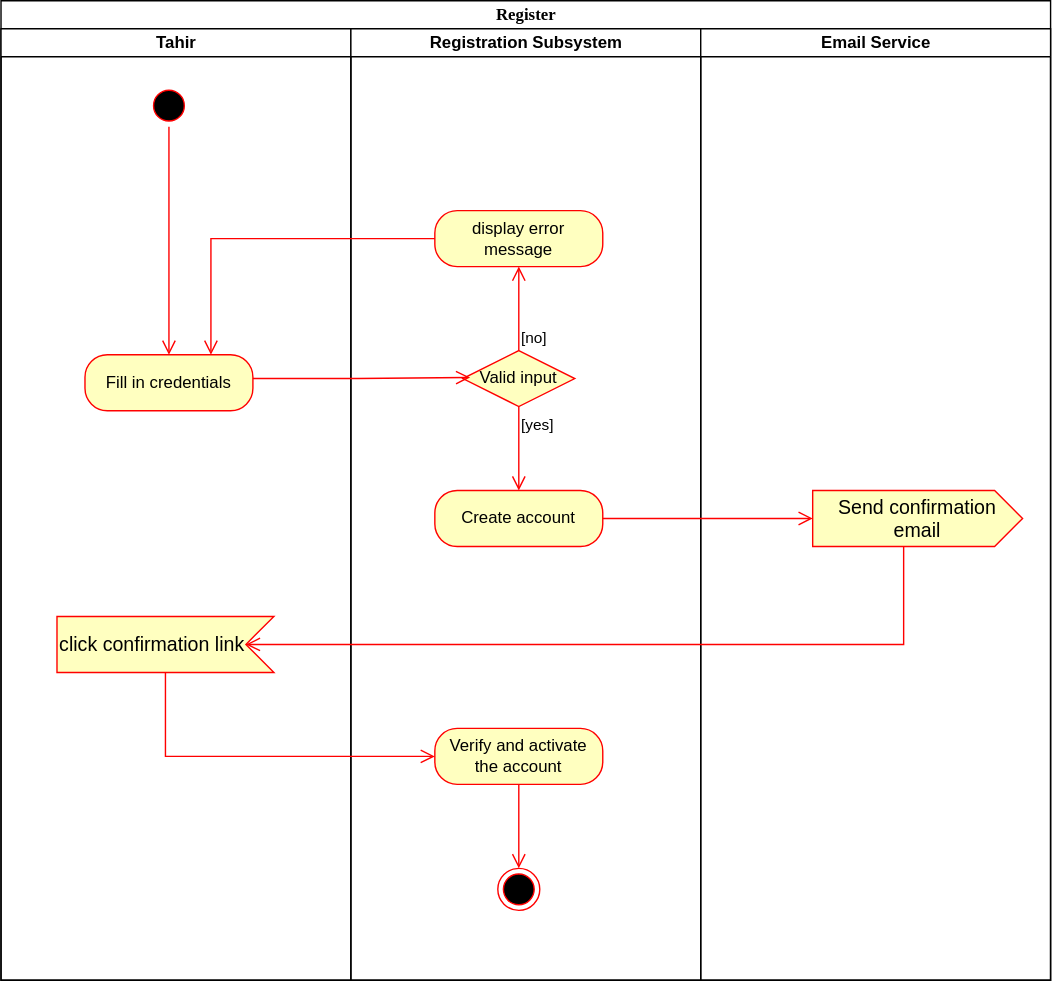
Above: Register Activity Diagram.svg in Simamkele88/IFM3_GP (draw.io), before the change. Source tidied: cells renumbered, new cells last; positions are measured from the earlier drawing's top-left corner, leaving out a move shared by most shapes.
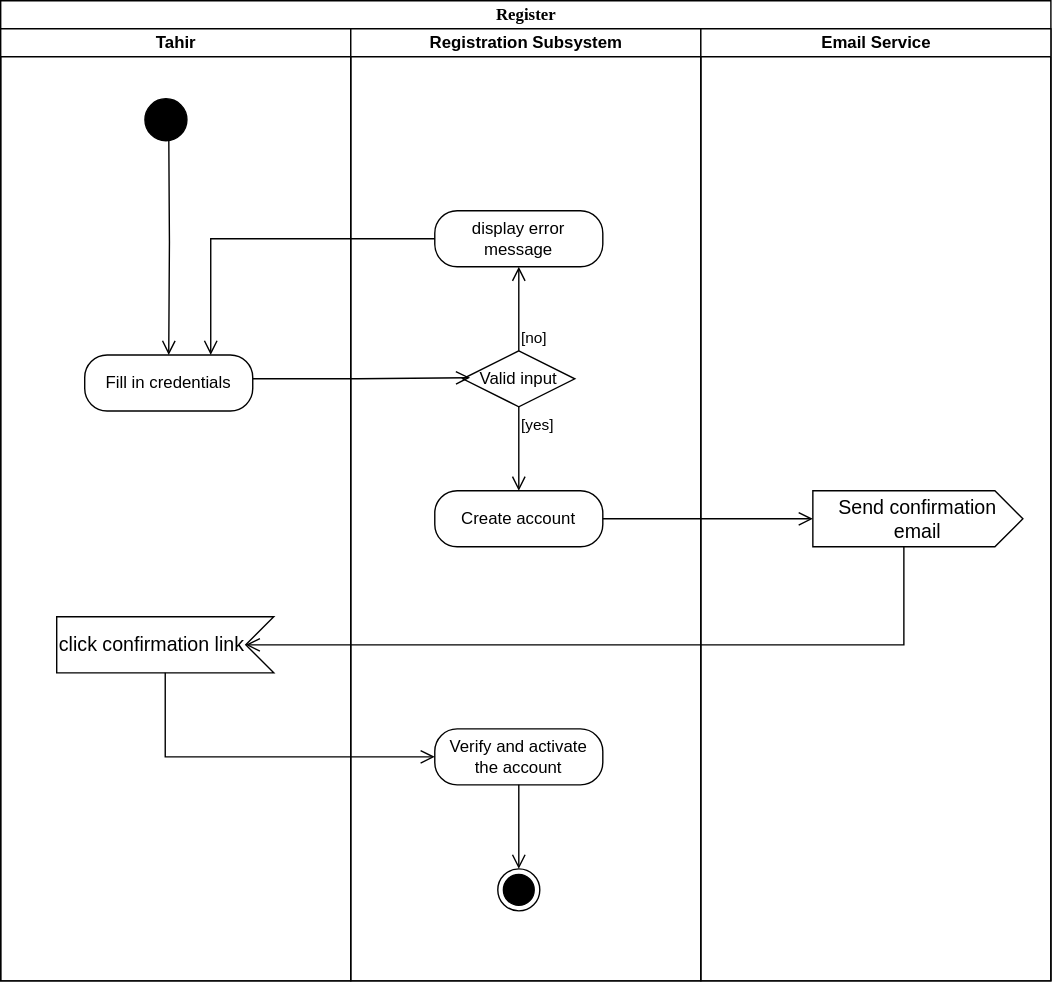
Later version of the same file.

What changed in the source:
```diff
@@ -5,71 +5,75 @@
     <mxCell id="2" value="Register" style="swimlane;html=1;startSize=20;rounded=0;shadow=0;comic=0;labelBackgroundColor=none;strokeWidth=1;fontFamily=Verdana;fontSize=12;align=center;" parent="1" vertex="1">
       <mxGeometry width="750" height="700" as="geometry" />
     </mxCell>
-    <mxCell id="3" value="Tahir" style="swimlane;html=1;startSize=20;" parent="2" vertex="1">
+    <mxCell id="3" value="Tahir" style="swimlane;html=1;startSize=20;labelBackgroundColor=none;" parent="2" vertex="1">
       <mxGeometry y="20" width="250" height="680" as="geometry" />
     </mxCell>
-    <mxCell id="4" style="ellipse;html=1;shape=startState;fillColor=#000000;strokeColor=#ff0000;" parent="3" vertex="1">
-      <mxGeometry x="105" y="40" width="30" height="30" as="geometry" />
-    </mxCell>
-    <mxCell id="5" style="edgeStyle=orthogonalEdgeStyle;html=1;verticalAlign=bottom;endArrow=open;endSize=8;strokeColor=#ff0000;rounded=0;exitX=0.5;exitY=1;exitDx=0;exitDy=0;entryX=0.5;entryY=0;entryDx=0;entryDy=0;" parent="3" edge="1" source="4" target="6">
-      <mxGeometry relative="1" as="geometry" />
+    <mxCell id="5" style="edgeStyle=orthogonalEdgeStyle;html=1;verticalAlign=bottom;endArrow=open;endSize=8;rounded=0;exitX=0.5;exitY=1;exitDx=0;exitDy=0;entryX=0.5;entryY=0;entryDx=0;entryDy=0;labelBackgroundColor=none;fontColor=default;" parent="3" edge="1" target="6">
+      <mxGeometry relative="1" as="geometry">
+        <mxPoint x="120" y="70" as="sourcePoint" />
+      </mxGeometry>
     </mxCell>
-    <mxCell id="6" value="Fill in credentials" style="rounded=1;whiteSpace=wrap;html=1;arcSize=40;fontColor=#000000;fillColor=#ffffc0;strokeColor=#ff0000;" parent="3" vertex="1">
+    <mxCell id="6" value="Fill in credentials" style="rounded=1;whiteSpace=wrap;html=1;arcSize=40;labelBackgroundColor=none;" parent="3" vertex="1">
       <mxGeometry x="60" y="233" width="120" height="40" as="geometry" />
     </mxCell>
-    <mxCell id="7" value="click confirmation link" style="html=1;shape=mxgraph.infographic.ribbonSimple;notch1=20;notch2=0;align=left;verticalAlign=middle;fontSize=14;fontStyle=0;flipH=1;fillColor=#FFFFC0;whiteSpace=wrap;strokeColor=#FF0000;" parent="3" vertex="1">
+    <mxCell id="7" value="click confirmation link" style="html=1;shape=mxgraph.infographic.ribbonSimple;notch1=20;notch2=0;align=left;verticalAlign=middle;fontSize=14;fontStyle=0;flipH=1;whiteSpace=wrap;labelBackgroundColor=none;" parent="3" vertex="1">
       <mxGeometry x="40" y="420" width="155" height="40" as="geometry" />
     </mxCell>
+    <mxCell id="24" style="ellipse;fillColor=strokeColor;html=1;" parent="3" vertex="1">
+      <mxGeometry x="103" y="50" width="30" height="30" as="geometry" />
+    </mxCell>
-    <mxCell id="8" value="Registration Subsystem" style="swimlane;html=1;startSize=20;" parent="2" vertex="1">
+    <mxCell id="8" value="Registration Subsystem" style="swimlane;html=1;startSize=20;labelBackgroundColor=none;" parent="2" vertex="1">
       <mxGeometry x="250" y="20" width="250" height="680" as="geometry" />
     </mxCell>
-    <mxCell id="9" value="Valid input" style="rhombus;whiteSpace=wrap;html=1;fontColor=#000000;fillColor=#ffffc0;strokeColor=#ff0000;" parent="8" vertex="1">
+    <mxCell id="9" value="Valid input" style="rhombus;whiteSpace=wrap;html=1;labelBackgroundColor=none;" parent="8" vertex="1">
       <mxGeometry x="80" y="230" width="80" height="40" as="geometry" />
     </mxCell>
-    <mxCell id="10" value="[no]" style="edgeStyle=orthogonalEdgeStyle;html=1;align=left;verticalAlign=bottom;endArrow=open;endSize=8;strokeColor=#ff0000;rounded=0;exitX=0.5;exitY=0;exitDx=0;exitDy=0;" parent="8" edge="1" source="9" target="13">
+    <mxCell id="10" value="[no]" style="edgeStyle=orthogonalEdgeStyle;html=1;align=left;verticalAlign=bottom;endArrow=open;endSize=8;rounded=0;exitX=0.5;exitY=0;exitDx=0;exitDy=0;labelBackgroundColor=none;fontColor=default;" parent="8" edge="1" source="9" target="13">
       <mxGeometry x="-1" relative="1" as="geometry" />
     </mxCell>
-    <mxCell id="11" value="[yes]" style="edgeStyle=orthogonalEdgeStyle;html=1;align=left;verticalAlign=top;endArrow=open;endSize=8;strokeColor=#ff0000;rounded=0;exitX=0.5;exitY=1;exitDx=0;exitDy=0;entryX=0.5;entryY=0;entryDx=0;entryDy=0;" parent="8" edge="1" source="9" target="12">
+    <mxCell id="11" value="[yes]" style="edgeStyle=orthogonalEdgeStyle;html=1;align=left;verticalAlign=top;endArrow=open;endSize=8;rounded=0;exitX=0.5;exitY=1;exitDx=0;exitDy=0;entryX=0.5;entryY=0;entryDx=0;entryDy=0;labelBackgroundColor=none;fontColor=default;" parent="8" edge="1" source="9" target="12">
       <mxGeometry x="-1" relative="1" as="geometry" />
     </mxCell>
-    <mxCell id="12" value="Create account" style="rounded=1;whiteSpace=wrap;html=1;arcSize=40;fontColor=#000000;fillColor=#ffffc0;strokeColor=#ff0000;" parent="8" vertex="1">
+    <mxCell id="12" value="Create account" style="rounded=1;whiteSpace=wrap;html=1;arcSize=40;labelBackgroundColor=none;" parent="8" vertex="1">
       <mxGeometry x="60" y="330" width="120" height="40" as="geometry" />
     </mxCell>
-    <mxCell id="13" value="display error message" style="rounded=1;whiteSpace=wrap;html=1;arcSize=40;fontColor=#000000;fillColor=#ffffc0;strokeColor=#ff0000;" parent="8" vertex="1">
+    <mxCell id="13" value="display error message" style="rounded=1;whiteSpace=wrap;html=1;arcSize=40;labelBackgroundColor=none;" parent="8" vertex="1">
       <mxGeometry x="60" y="130" width="120" height="40" as="geometry" />
     </mxCell>
-    <mxCell id="14" value="Verify and activate the account" style="rounded=1;whiteSpace=wrap;html=1;arcSize=40;fontColor=#000000;fillColor=#ffffc0;strokeColor=#ff0000;" parent="8" vertex="1">
+    <mxCell id="14" value="Verify and activate the account" style="rounded=1;whiteSpace=wrap;html=1;arcSize=40;labelBackgroundColor=none;" parent="8" vertex="1">
       <mxGeometry x="60" y="500" width="120" height="40" as="geometry" />
     </mxCell>
-    <mxCell id="15" style="edgeStyle=orthogonalEdgeStyle;html=1;verticalAlign=bottom;endArrow=open;endSize=8;strokeColor=#ff0000;rounded=0;" parent="8" edge="1" source="14" target="16">
-      <mxGeometry relative="1" as="geometry" />
+    <mxCell id="15" style="edgeStyle=orthogonalEdgeStyle;html=1;verticalAlign=bottom;endArrow=open;endSize=8;rounded=0;labelBackgroundColor=none;fontColor=default;" parent="8" edge="1" source="14">
+      <mxGeometry relative="1" as="geometry">
+        <mxPoint x="120" y="600" as="targetPoint" />
+      </mxGeometry>
     </mxCell>
-    <mxCell id="16" style="ellipse;html=1;shape=endState;fillColor=#000000;strokeColor=#ff0000;" parent="8" vertex="1">
-      <mxGeometry x="105" y="600" width="30" height="30" as="geometry" />
-    </mxCell>
+    <mxCell id="25" style="ellipse;html=1;shape=endState;fillColor=strokeColor;" parent="8" vertex="1">
+      <mxGeometry x="105" y="600" width="30" height="30" as="geometry" />
+    </mxCell>
-    <mxCell id="17" value="Email Service" style="swimlane;html=1;startSize=20;" parent="2" vertex="1">
+    <mxCell id="17" value="Email Service" style="swimlane;html=1;startSize=20;labelBackgroundColor=none;" parent="2" vertex="1">
       <mxGeometry x="500" y="20" width="250" height="680" as="geometry" />
     </mxCell>
-    <mxCell id="18" value="Send confirmation email" style="html=1;shape=mxgraph.infographic.ribbonSimple;notch1=0;notch2=20;align=center;verticalAlign=middle;fontSize=14;fontStyle=0;fillColor=#FFFFC0;whiteSpace=wrap;strokeColor=light-dark(#FF0000,#EDEDED);" parent="17" vertex="1">
+    <mxCell id="18" value="Send confirmation email" style="html=1;shape=mxgraph.infographic.ribbonSimple;notch1=0;notch2=20;align=center;verticalAlign=middle;fontSize=14;fontStyle=0;whiteSpace=wrap;labelBackgroundColor=none;" parent="17" vertex="1">
       <mxGeometry x="80" y="330" width="150" height="40" as="geometry" />
     </mxCell>
-    <mxCell id="19" style="edgeStyle=orthogonalEdgeStyle;html=1;verticalAlign=bottom;endArrow=open;endSize=8;strokeColor=#ff0000;rounded=0;entryX=0.065;entryY=0.481;entryDx=0;entryDy=0;entryPerimeter=0;exitX=1;exitY=0.425;exitDx=0;exitDy=0;exitPerimeter=0;" parent="2" edge="1" source="6" target="9">
+    <mxCell id="19" style="edgeStyle=orthogonalEdgeStyle;html=1;verticalAlign=bottom;endArrow=open;endSize=8;rounded=0;entryX=0.065;entryY=0.481;entryDx=0;entryDy=0;entryPerimeter=0;exitX=1;exitY=0.425;exitDx=0;exitDy=0;exitPerimeter=0;labelBackgroundColor=none;fontColor=default;" parent="2" edge="1" source="6" target="9">
       <mxGeometry relative="1" as="geometry" />
     </mxCell>
-    <mxCell id="20" style="edgeStyle=orthogonalEdgeStyle;html=1;verticalAlign=bottom;endArrow=open;endSize=8;strokeColor=#ff0000;rounded=0;exitX=1;exitY=0.5;exitDx=0;exitDy=0;" parent="2" edge="1" source="12" target="18">
+    <mxCell id="20" style="edgeStyle=orthogonalEdgeStyle;html=1;verticalAlign=bottom;endArrow=open;endSize=8;rounded=0;exitX=1;exitY=0.5;exitDx=0;exitDy=0;labelBackgroundColor=none;fontColor=default;" parent="2" edge="1" source="12" target="18">
       <mxGeometry relative="1" as="geometry" />
     </mxCell>
-    <mxCell id="21" style="edgeStyle=orthogonalEdgeStyle;html=1;verticalAlign=bottom;endArrow=open;endSize=8;strokeColor=#ff0000;rounded=0;entryX=0;entryY=0;entryDx=20;entryDy=20;exitX=0;exitY=0;exitDx=65;exitDy=40;exitPerimeter=0;entryPerimeter=0;" parent="2" edge="1" source="18" target="7">
+    <mxCell id="21" style="edgeStyle=orthogonalEdgeStyle;html=1;verticalAlign=bottom;endArrow=open;endSize=8;rounded=0;entryX=0;entryY=0;entryDx=20;entryDy=20;exitX=0;exitY=0;exitDx=65;exitDy=40;exitPerimeter=0;entryPerimeter=0;labelBackgroundColor=none;fontColor=default;" parent="2" edge="1" source="18" target="7">
       <mxGeometry relative="1" as="geometry">
         <Array as="points">
           <mxPoint x="645" y="460" />
         </Array>
       </mxGeometry>
     </mxCell>
-    <mxCell id="22" style="edgeStyle=orthogonalEdgeStyle;html=1;verticalAlign=bottom;endArrow=open;endSize=8;strokeColor=#ff0000;rounded=0;entryX=0;entryY=0.5;entryDx=0;entryDy=0;exitX=0;exitY=0;exitDx=77.5;exitDy=40;exitPerimeter=0;" parent="2" edge="1" source="7" target="14">
+    <mxCell id="22" style="edgeStyle=orthogonalEdgeStyle;html=1;verticalAlign=bottom;endArrow=open;endSize=8;rounded=0;entryX=0;entryY=0.5;entryDx=0;entryDy=0;exitX=0;exitY=0;exitDx=77.5;exitDy=40;exitPerimeter=0;labelBackgroundColor=none;fontColor=default;" parent="2" edge="1" source="7" target="14">
       <mxGeometry relative="1" as="geometry" />
     </mxCell>
-    <mxCell id="23" style="edgeStyle=orthogonalEdgeStyle;html=1;align=left;verticalAlign=bottom;endArrow=open;endSize=8;strokeColor=#ff0000;rounded=0;entryX=0.75;entryY=0;entryDx=0;entryDy=0;" parent="2" edge="1" source="13" target="6">
+    <mxCell id="23" style="edgeStyle=orthogonalEdgeStyle;html=1;align=left;verticalAlign=bottom;endArrow=open;endSize=8;rounded=0;entryX=0.75;entryY=0;entryDx=0;entryDy=0;labelBackgroundColor=none;fontColor=default;" parent="2" edge="1" source="13" target="6">
       <mxGeometry x="-1" relative="1" as="geometry" />
     </mxCell>
   </root>
```
